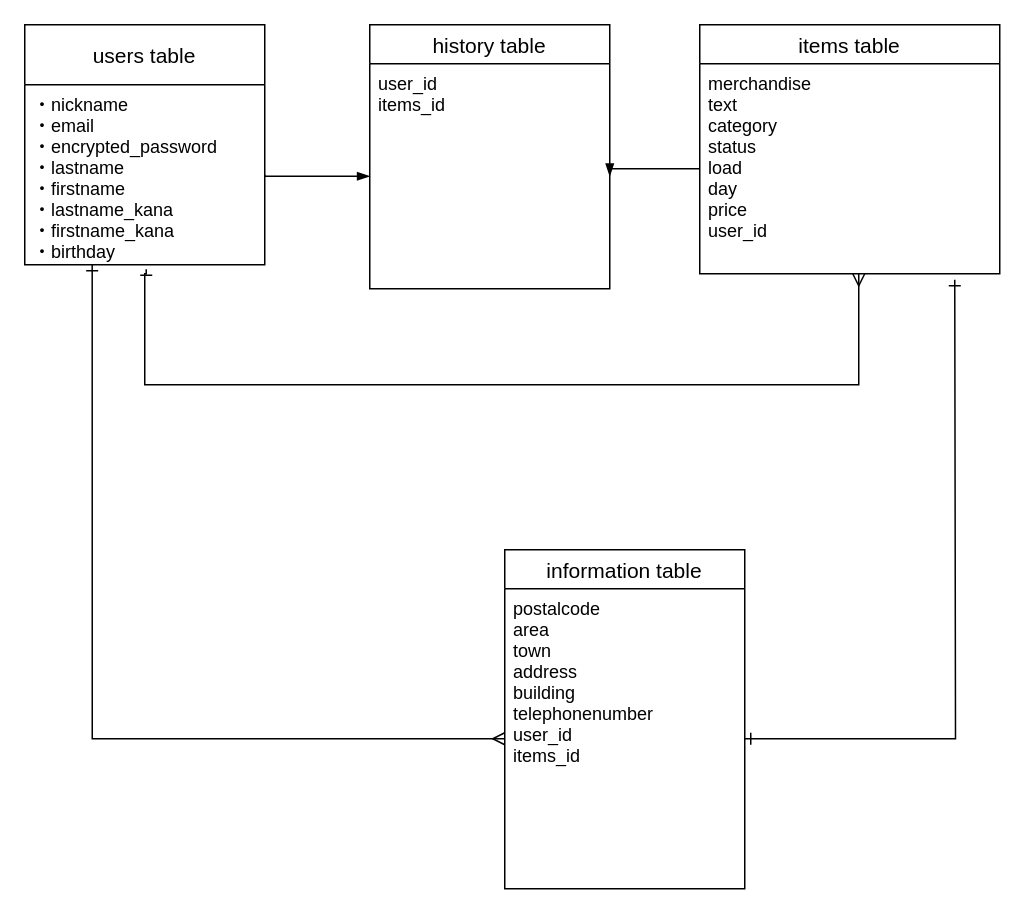
Above: ER.dio in konishitaku/furima-36579 (draw.io), before the change. Source tidied: cells renumbered, new cells numbered last; positions are measured from the earlier drawing's top-left corner, leaving out a move shared by most shapes. Both pictures are drawn from the tidied source at 150%, with x=0, y=0 at pixel (24, 24).
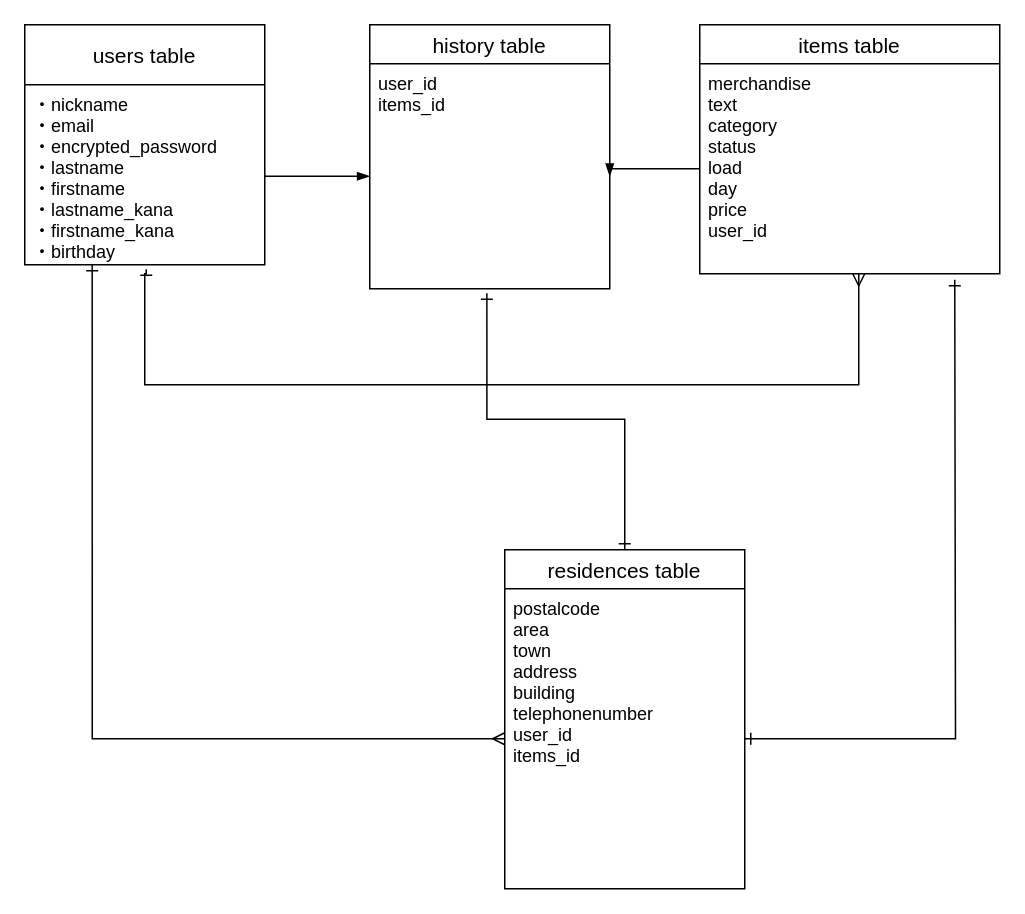
After the change.

Unchanged cells that the change refers to:
```xml
<mxCell id="9" value="user_id&#10;items_id" style="text;strokeColor=none;fillColor=none;spacingLeft=4;spacingRight=4;overflow=hidden;points=[[0,0.5],[1,0.5]];portConstraint=eastwest;fontSize=12;" parent="8" vertex="1">
  <mxGeometry y="26" width="160" height="150" as="geometry" />
</mxCell>
```

Change to the diagram source:
```diff
@@
+    <mxCell id="15" style="edgeStyle=orthogonalEdgeStyle;rounded=0;jettySize=auto;html=1;exitX=0.5;exitY=0;exitDx=0;exitDy=0;entryX=0.488;entryY=1.02;entryDx=0;entryDy=0;entryPerimeter=0;startArrow=ERone;startFill=0;endArrow=ERone;endFill=0;" parent="1" edge="1" source="6" target="9">
+      <mxGeometry relative="1" as="geometry">
+        <Array as="points">
+          <mxPoint x="400" y="263" />
+          <mxPoint x="308" y="263" />
+        </Array>
+      </mxGeometry>
+    </mxCell>
-    <mxCell id="6" value="information table" style="swimlane;fontStyle=0;horizontal=1;startSize=26;align=center;fontSize=14;" parent="1" vertex="1">
+    <mxCell id="6" value="residences table" style="swimlane;fontStyle=0;horizontal=1;startSize=26;align=center;fontSize=14;" parent="1" vertex="1">
       <mxGeometry x="320" y="350" width="160" height="226" as="geometry" />
     </mxCell>
```
